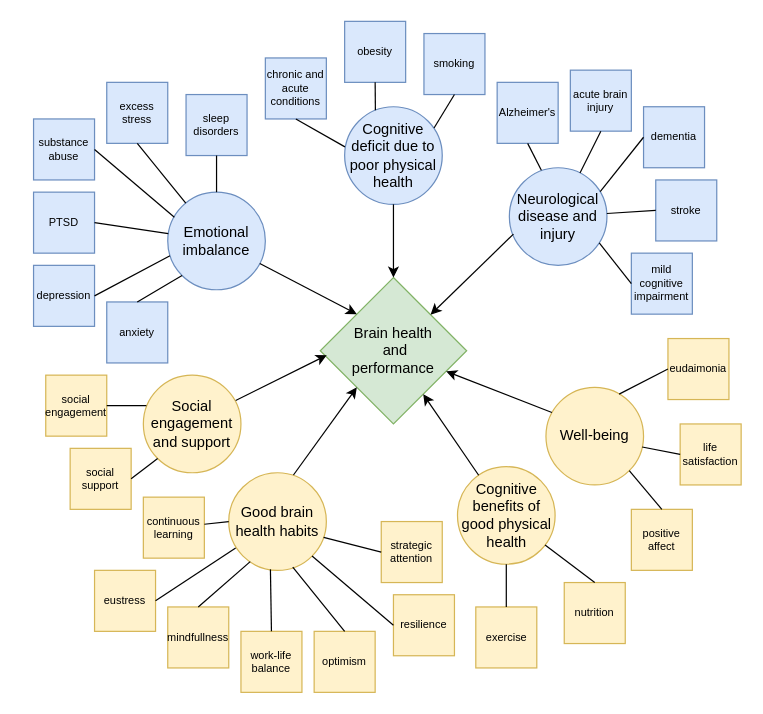
gennacampain/RProjects keeps this draw.io diagram as Pathways diagram.drawio. Above is the earlier version. Source tidied: cells renumbered, new cells numbered last; positions are measured from the earlier drawing's top-left corner, leaving out a move shared by most shapes. Both pictures are drawn from the tidied source at 122%, with x=0, y=0 at pixel (33, 21).
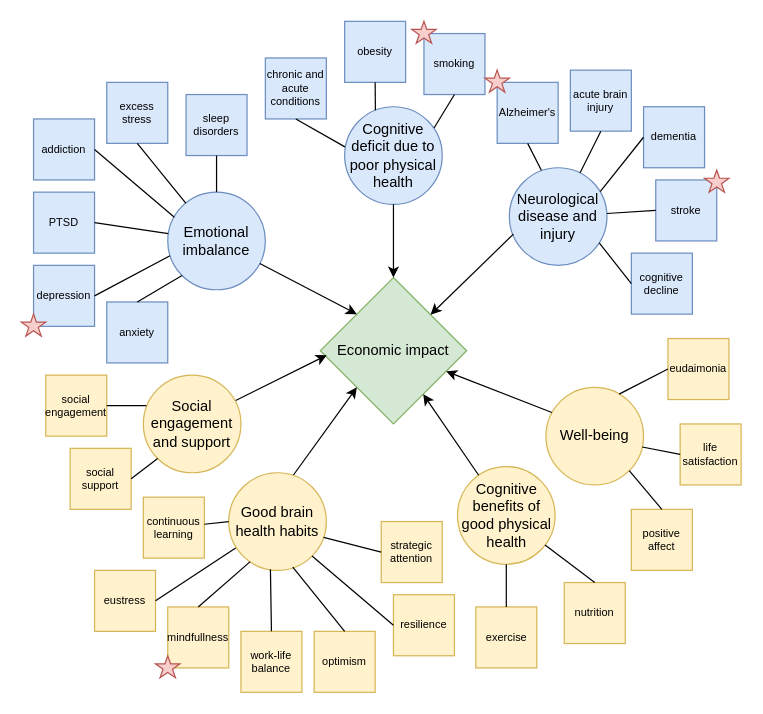
Above is the later version.

The edit, as a diff of the source:
```diff
@@
-    <mxCell id="10" value="mild cognitive impairment" style="whiteSpace=wrap;html=1;fontSize=9;fillColor=#dae8fc;strokeColor=#6c8ebf;" parent="1" vertex="1">
+    <mxCell id="10" value="cognitive decline" style="whiteSpace=wrap;html=1;fontSize=9;fillColor=#dae8fc;strokeColor=#6c8ebf;" parent="1" vertex="1">
       <mxGeometry x="490" y="190" width="50" height="50" as="geometry" />
     </mxCell>
@@
-    <mxCell id="30" value="substance abuse" style="whiteSpace=wrap;html=1;fontSize=9;fillColor=#dae8fc;strokeColor=#6c8ebf;" parent="1" vertex="1">
+    <mxCell id="30" value="addiction" style="whiteSpace=wrap;html=1;fontSize=9;fillColor=#dae8fc;strokeColor=#6c8ebf;" parent="1" vertex="1">
       <mxGeometry y="80" width="50" height="50" as="geometry" />
     </mxCell>
@@
-    <mxCell id="37" value="Brain health&lt;br&gt;&amp;nbsp;and &lt;br&gt;performance" style="rhombus;whiteSpace=wrap;html=1;fillColor=#d5e8d4;strokeColor=#82b366;" parent="1" vertex="1">
+    <mxCell id="37" value="Economic impact" style="rhombus;whiteSpace=wrap;html=1;fillColor=#d5e8d4;strokeColor=#82b366;" parent="1" vertex="1">
       <mxGeometry x="235" y="210" width="120" height="120" as="geometry" />
     </mxCell>
@@
+    <mxCell id="73" style="verticalLabelPosition=bottom;verticalAlign=top;html=1;shape=mxgraph.basic.star;fillColor=#f8cecc;strokeColor=#b85450;" parent="1" vertex="1">
+      <mxGeometry x="100" y="520" width="20" height="18" as="geometry" />
+    </mxCell>
+    <mxCell id="74" style="verticalLabelPosition=bottom;verticalAlign=top;html=1;shape=mxgraph.basic.star;fillColor=#f8cecc;strokeColor=#b85450;" parent="1" vertex="1">
+      <mxGeometry x="-10" y="240" width="20" height="18" as="geometry" />
+    </mxCell>
+    <mxCell id="75" style="verticalLabelPosition=bottom;verticalAlign=top;html=1;shape=mxgraph.basic.star;fillColor=#f8cecc;strokeColor=#b85450;" parent="1" vertex="1">
+      <mxGeometry x="310" width="20" height="18" as="geometry" />
+    </mxCell>
+    <mxCell id="76" style="verticalLabelPosition=bottom;verticalAlign=top;html=1;shape=mxgraph.basic.star;fillColor=#f8cecc;strokeColor=#b85450;" parent="1" vertex="1">
+      <mxGeometry x="370" y="40" width="20" height="18" as="geometry" />
+    </mxCell>
+    <mxCell id="77" style="verticalLabelPosition=bottom;verticalAlign=top;html=1;shape=mxgraph.basic.star;fillColor=#f8cecc;strokeColor=#b85450;" parent="1" vertex="1">
+      <mxGeometry x="550" y="122" width="20" height="18" as="geometry" />
+    </mxCell>
```
